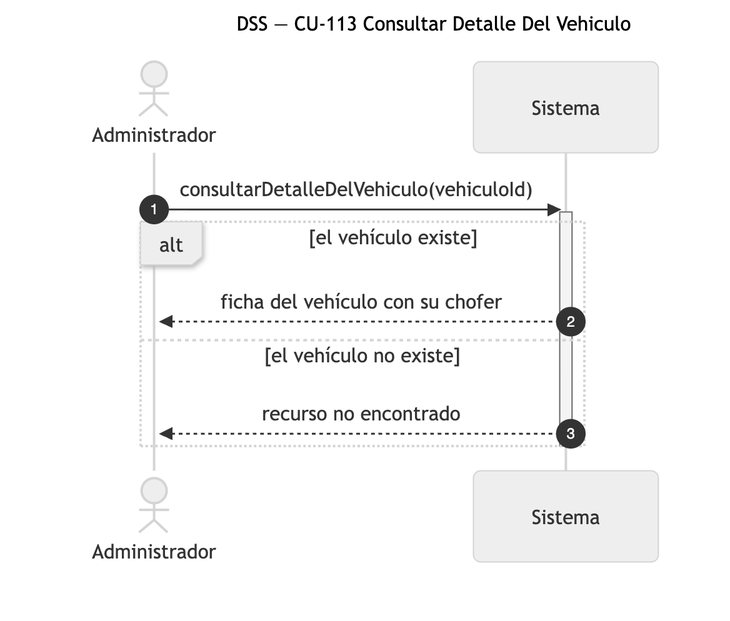
Earlier version of the Mermaid export diagramas/png/DSS_CU-113_Consultar-Detalle-Del-Vehiculo.png (Nahuelito-Dev/splg-docs). Its source is kept beside it as diagramas/DSS_CU-113_Consultar-Detalle-Del-Vehiculo.mmd. The source it was exported from:
```mermaid
sequenceDiagram
    title DSS — CU-113 Consultar Detalle Del Vehiculo
    autonumber
    actor ADM as Administrador
    participant SIS as Sistema

    ADM->>SIS: consultarDetalleDelVehiculo(vehiculoId)
    activate SIS
    alt el vehículo existe
        SIS-->>ADM: ficha del vehículo con su chofer
    else el vehículo no existe
        SIS-->>ADM: recurso no encontrado
    end
    deactivate SIS
```
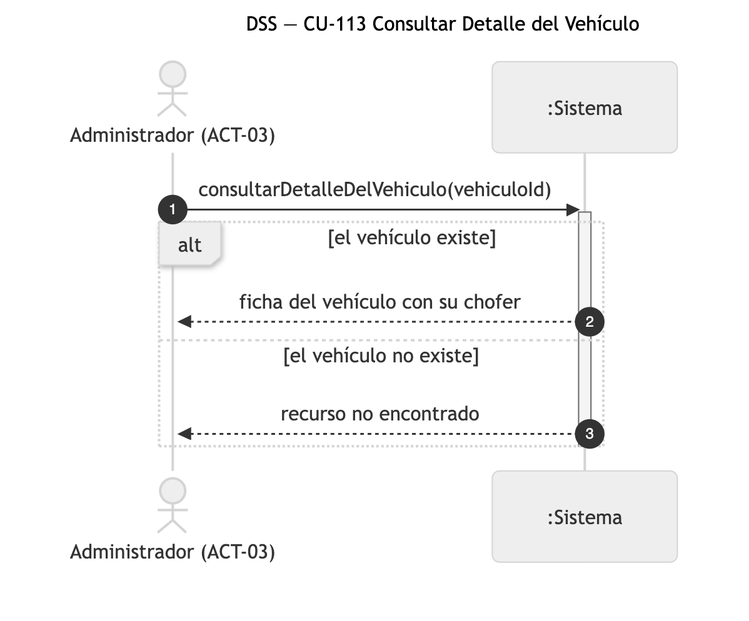
After the commit.

Change to the diagram source:
```diff
@@ -1,8 +1,8 @@
 sequenceDiagram
-    title DSS — CU-113 Consultar Detalle Del Vehiculo
+    title DSS — CU-113 Consultar Detalle del Vehículo
     autonumber
-    actor ADM as Administrador
-    participant SIS as Sistema
+    actor ADM as Administrador (ACT-03)
+    participant SIS as :Sistema
 
     ADM->>SIS: consultarDetalleDelVehiculo(vehiculoId)
     activate SIS
```
